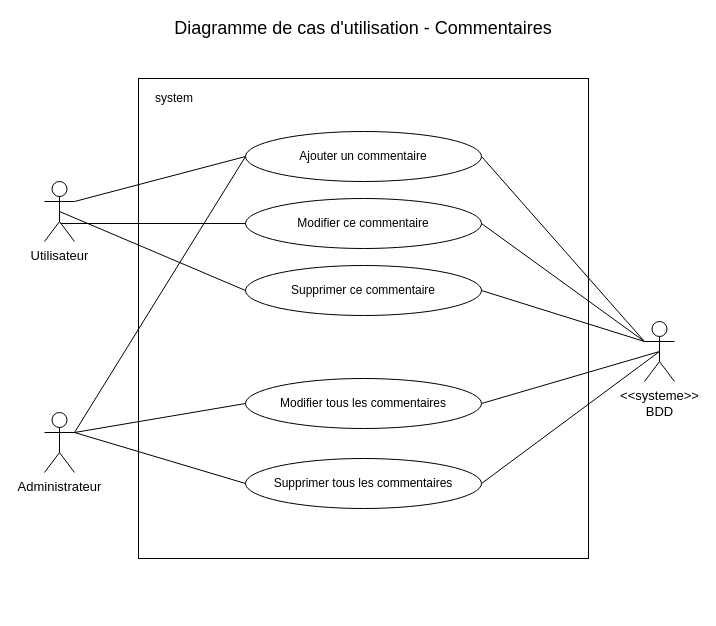
thomas-claireau/PHP---P6-Openclassrooms keeps this draw.io diagram as uml-diagrams/drawio/diagram-use-case-comments.drawio. Above is the earlier version. Source tidied: cells renumbered, new cells numbered last; positions are measured from the earlier drawing's top-left corner, leaving out a move shared by most shapes. Both pictures are drawn from the tidied source at 100%, with x=0, y=0 at pixel (44, 18).
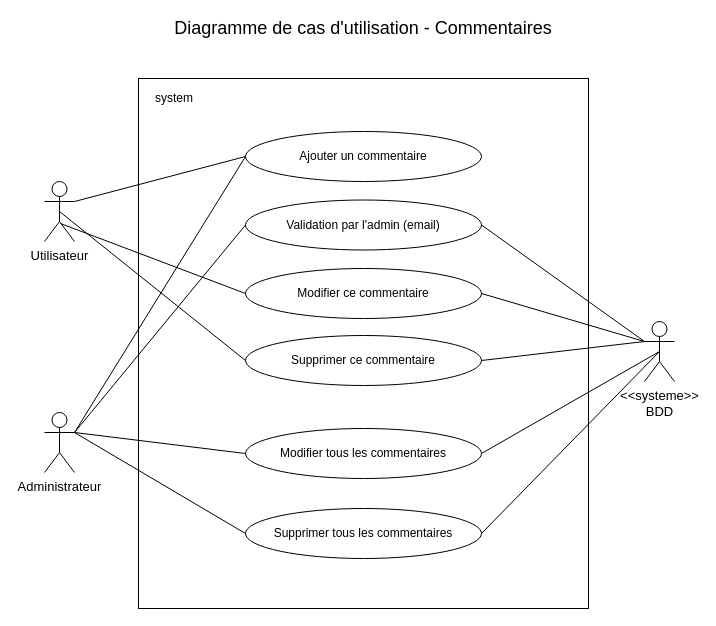
The same diagram, later.

Commit message:
update diagram use case comments

The change refers to these unchanged cells:
```xml
<mxCell id="6" value="Administrateur" style="shape=umlActor;verticalLabelPosition=bottom;labelBackgroundColor=#ffffff;verticalAlign=top;html=1;fontSize=13;" parent="1" vertex="1">
  <mxGeometry y="394" width="30" height="60" as="geometry" />
</mxCell>
<mxCell id="7" value="&amp;lt;&amp;lt;systeme&amp;gt;&amp;gt;&lt;br&gt;BDD" style="shape=umlActor;verticalLabelPosition=bottom;labelBackgroundColor=#ffffff;verticalAlign=top;html=1;fontSize=13;" parent="1" vertex="1">
  <mxGeometry x="600" y="303" width="30" height="60" as="geometry" />
</mxCell>
<mxCell id="8" value="Ajouter un commentaire" style="ellipse;whiteSpace=wrap;html=1;" parent="1" vertex="1">
  <mxGeometry x="201" y="113" width="236" height="50" as="geometry" />
</mxCell>
```

Diff of the diagram source:
```diff
@@
     <mxCell id="2" style="whiteSpace=wrap;html=1;" parent="1" vertex="1">
-      <mxGeometry x="94" y="60" width="450" height="480" as="geometry" />
+      <mxGeometry x="94" y="60" width="450" height="530" as="geometry" />
     </mxCell>
@@
     <mxCell id="9" value="Modifier ce commentaire" style="ellipse;whiteSpace=wrap;html=1;" parent="1" vertex="1">
-      <mxGeometry x="201" y="180" width="236" height="50" as="geometry" />
+      <mxGeometry x="201" y="250" width="236" height="50" as="geometry" />
     </mxCell>
     <mxCell id="10" value="Supprimer ce commentaire" style="ellipse;whiteSpace=wrap;html=1;" parent="1" vertex="1">
-      <mxGeometry x="201" y="247" width="236" height="50" as="geometry" />
+      <mxGeometry x="201" y="317" width="236" height="50" as="geometry" />
     </mxCell>
     <mxCell id="11" value="Modifier tous les commentaires" style="ellipse;whiteSpace=wrap;html=1;" parent="1" vertex="1">
-      <mxGeometry x="201" y="360" width="236" height="50" as="geometry" />
+      <mxGeometry x="201" y="410" width="236" height="50" as="geometry" />
     </mxCell>
     <mxCell id="12" value="Supprimer tous les commentaires" style="ellipse;whiteSpace=wrap;html=1;" parent="1" vertex="1">
-      <mxGeometry x="201" y="440" width="236" height="50" as="geometry" />
+      <mxGeometry x="201" y="490" width="236" height="50" as="geometry" />
     </mxCell>
@@
-    <mxCell id="19" style="endArrow=none;html=1;entryX=1;entryY=0.5;entryDx=0;entryDy=0;exitX=0;exitY=0.3333333333333333;exitDx=0;exitDy=0;exitPerimeter=0;" parent="1" edge="1" source="7" target="8">
+    <mxCell id="19" style="endArrow=none;html=1;entryX=1;entryY=0.5;entryDx=0;entryDy=0;exitX=0;exitY=0.3333333333333333;exitDx=0;exitDy=0;exitPerimeter=0;" parent="1" edge="1" source="7" target="24">
       <mxGeometry relative="1" as="geometry" />
     </mxCell>
@@
+    <mxCell id="24" value="Validation par l'admin (email)" style="ellipse;whiteSpace=wrap;html=1;" parent="1" vertex="1">
+      <mxGeometry x="201" y="181.5" width="236" height="50" as="geometry" />
+    </mxCell>
+    <mxCell id="25" style="endArrow=none;html=1;entryX=1;entryY=0.3333333333333333;entryDx=0;entryDy=0;entryPerimeter=0;exitX=0;exitY=0.5;exitDx=0;exitDy=0;" parent="1" edge="1" source="24" target="6">
+      <mxGeometry relative="1" as="geometry" />
+    </mxCell>
```
